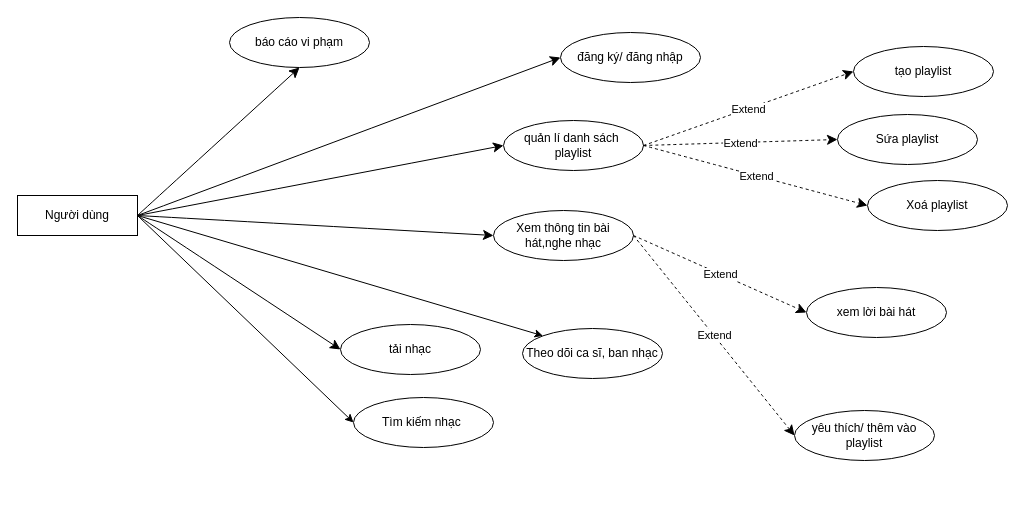
Above: Documentation/Diagram Files/UseCase/Phan ra User.drawio in myssal/Project1 (draw.io), before the change. Source tidied: cells renumbered, new cells numbered last; positions are measured from the earlier drawing's top-left corner, leaving out a move shared by most shapes. Both pictures are drawn from the tidied source at 100%, with x=0, y=0 at pixel (17, 17).
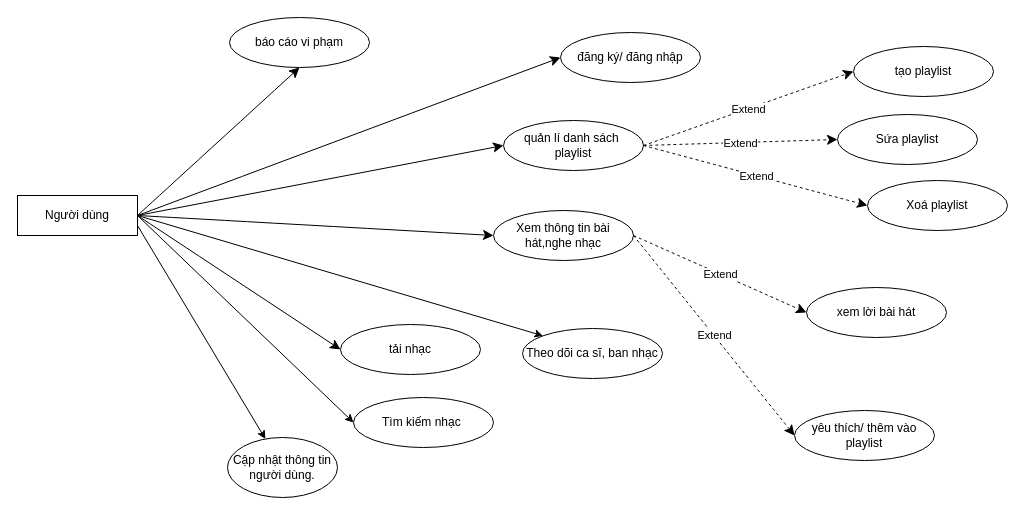
After the change.

The change refers to these unchanged cells:
```xml
<mxCell id="3" value="Người dùng" style="rounded=0;whiteSpace=wrap;html=1;" parent="1" vertex="1">
  <mxGeometry y="178" width="120" height="40" as="geometry" />
</mxCell>
```

Change to the diagram source:
```diff
@@
+    <mxCell id="33" style="rounded=0;jettySize=auto;html=1;exitX=1;exitY=0.75;exitDx=0;exitDy=0;" parent="1" edge="1" source="3" target="34">
+      <mxGeometry relative="1" as="geometry" />
+    </mxCell>
@@
+    <mxCell id="34" value="Cập nhật thông tin người dùng." style="ellipse;whiteSpace=wrap;html=1;" parent="1" vertex="1">
+      <mxGeometry x="210" y="420" width="110" height="60" as="geometry" />
+    </mxCell>
```
